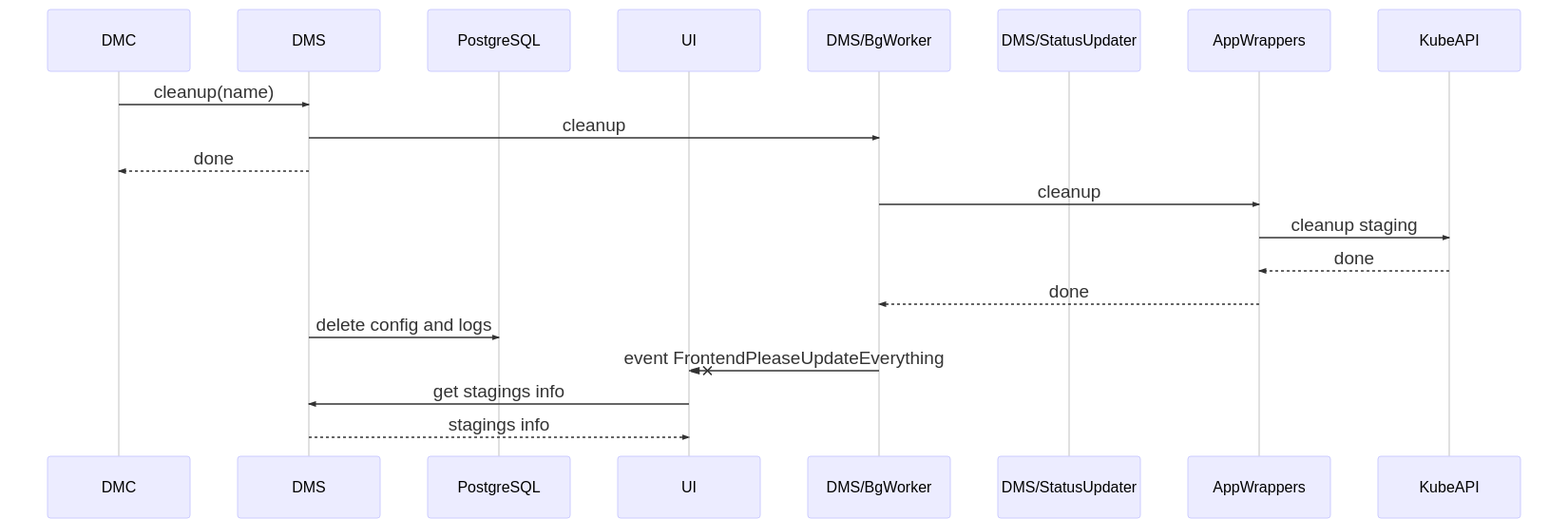
typeable/octopod keeps this Mermaid diagram as docs/diagrams/images/technical-architecture-cleanup-via-cli.png. Above is the earlier version. Its source is kept beside it as docs/diagrams/src/technical-architecture-cleanup-via-cli.mmd.
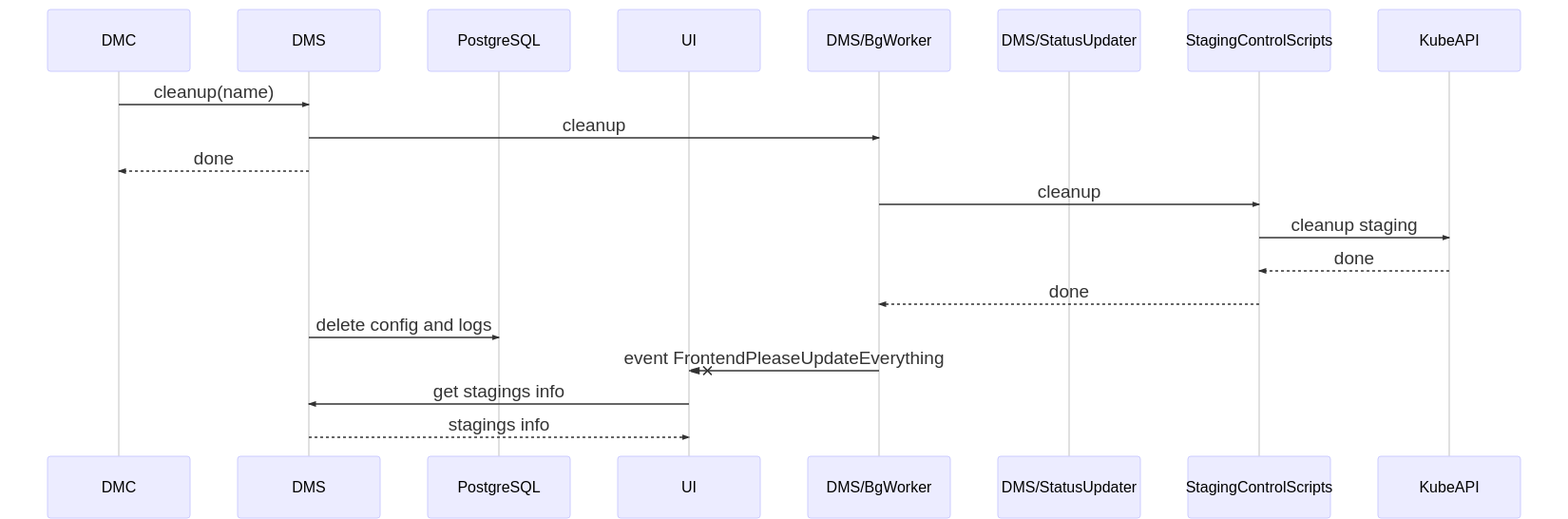
Later version of the same file.

What changed in the source:
```diff
@@ -5,15 +5,15 @@
     participant UI
     participant DMS/BgWorker
     participant DMS/StatusUpdater
-    participant AppWrappers
+    participant StagingControlScripts
     participant KubeAPI
     DMC->>DMS: cleanup(name)
     DMS->>DMS/BgWorker: cleanup
     DMS-->>DMC: done
-    DMS/BgWorker->>AppWrappers: cleanup
-    AppWrappers->>KubeAPI: cleanup staging
-    KubeAPI-->>AppWrappers: done
-    AppWrappers-->>DMS/BgWorker: done
+    DMS/BgWorker->>StagingControlScripts: cleanup
+    StagingControlScripts->>KubeAPI: cleanup staging
+    KubeAPI-->>StagingControlScripts: done
+    StagingControlScripts-->>DMS/BgWorker: done
     DMS->>PostgreSQL: delete config and logs
     DMS/BgWorker-xUI: event FrontendPleaseUpdateEverything
     UI->>DMS: get stagings info
```
